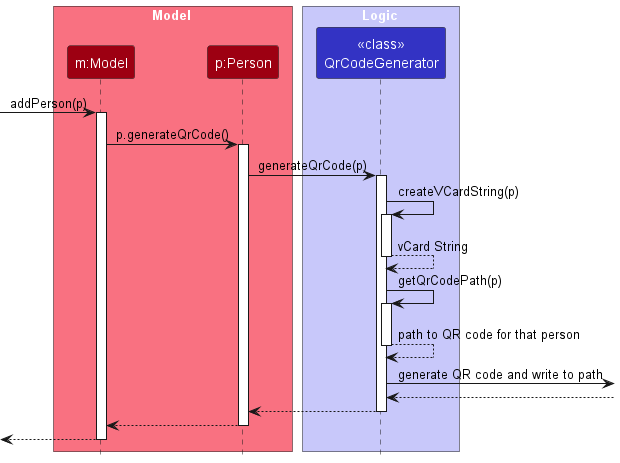
Before: docs/images/QrAddPersonSequenceDiagram.png, a diagram exported from PlantUML (bgopi23/tp). Its diagram source:
```plantuml
@startuml
!include style.puml
skinparam ArrowFontStyle plain

box Model MODEL_COLOR_T1
participant "m:Model" as Model MODEL_COLOR
participant "p:Person" as Person MODEL_COLOR
end box

box Logic LOGIC_COLOR_T1
participant "<<class>>\nQrCodeGenerator" as qrg LOGIC_COLOR
end box

[-> Model : addPerson(p)
activate Model

Model -> Person : p.generateQrCode()
activate Person

Person -> qrg : generateQrCode(p)
activate qrg

qrg -> qrg : createVCardString(p)
activate qrg

qrg --> qrg : vCard String
deactivate qrg

qrg -> qrg : getQrCodePath(p)
activate qrg

qrg --> qrg : path to QR code for that person
deactivate qrg

qrg ->] : generate QR code and write to path
]--> qrg
qrg --> Person
deactivate qrg

Person --> Model
deactivate Person

Model -->[
deactivate Model

@enduml
```
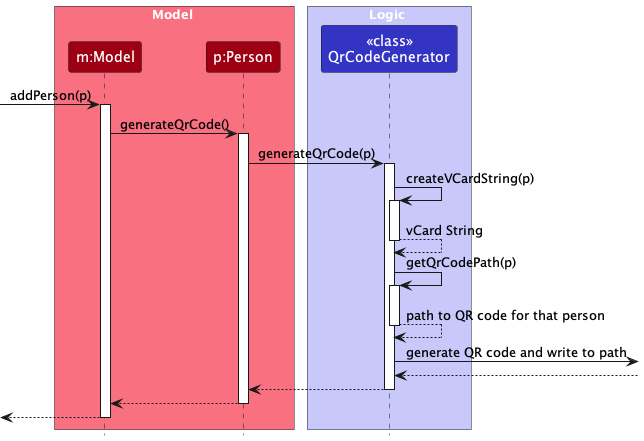
The same file after the commit.

What changed in the source:
```diff
@@ -14,7 +14,7 @@
 [-> Model : addPerson(p)
 activate Model
 
-Model -> Person : p.generateQrCode()
+Model -> Person : generateQrCode()
 activate Person
 
 Person -> qrg : generateQrCode(p)
```
